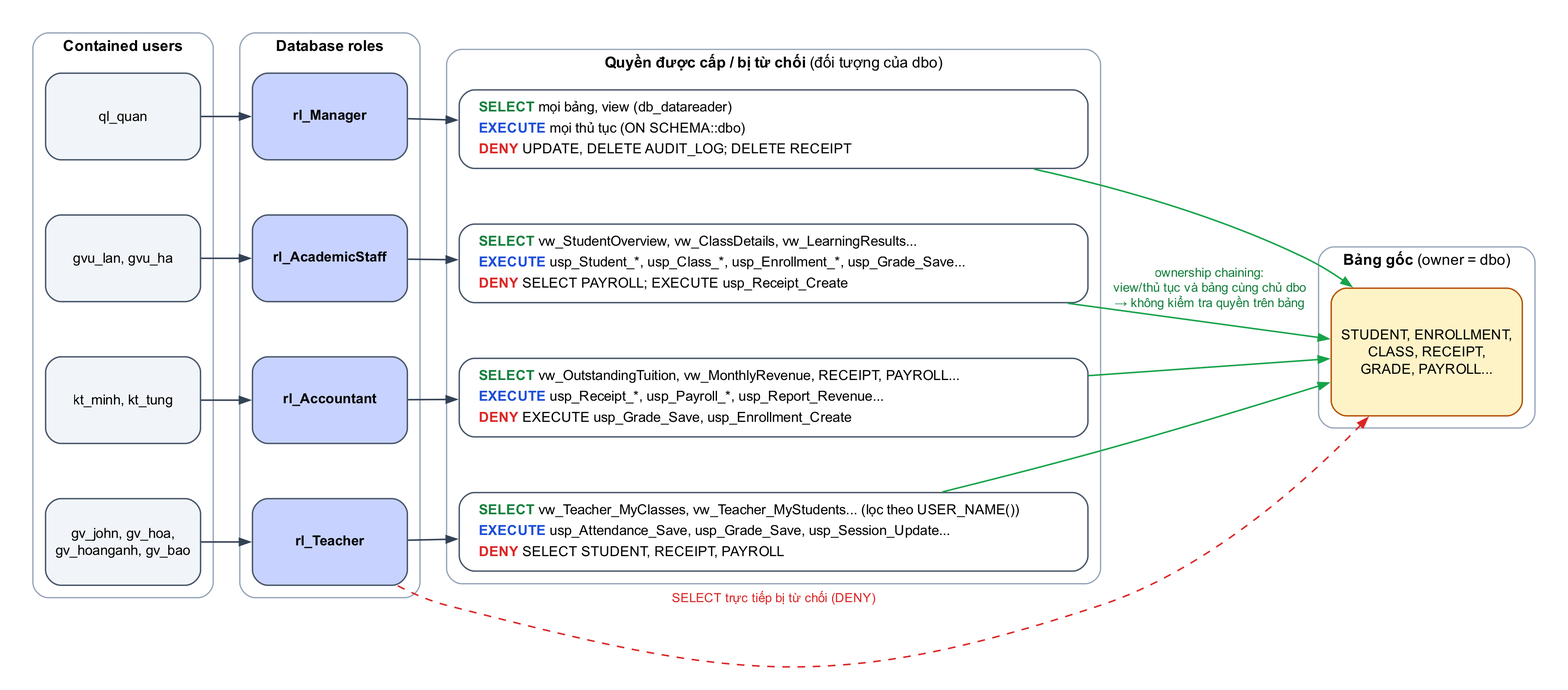
This is docs/report/images/diagrams/permissions.png from nhutruong-uit/imcp, a Graphviz export, as it was before one commit. Its source is kept beside it as docs/report/diagrams/permissions.dot.
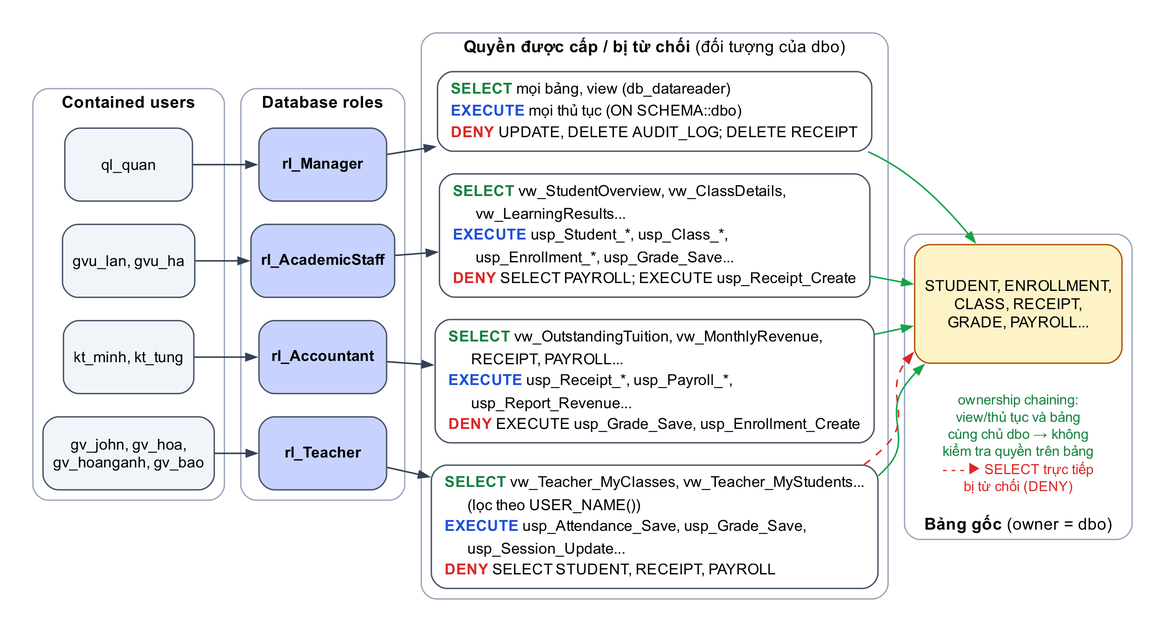
After the change.

Commit message:
docs(report): compact the ERDs and the permission diagram

What changed in the source:
```diff
@@ -1,44 +1,53 @@
 digraph SEC {
-  graph [rankdir=LR, fontname="Arial", dpi=220, pad=0.25, nodesep=0.3, ranksep=0.55, newrank=true];
-  node  [fontname="Arial", fontsize=11, shape=box, style="rounded,filled", color="#475569", penwidth=1.1];
-  edge  [color="#334155", fontname="Arial", fontsize=10, penwidth=1.2, arrowsize=0.8];
+  graph [rankdir=LR, fontname="Arial", dpi=220, pad=0.25, nodesep=0.25, ranksep=0.4, newrank=true];
+  node  [fontname="Arial", fontsize=12, shape=box, style="rounded,filled", color="#475569", penwidth=1.1];
+  edge  [color="#334155", fontname="Arial", fontsize=11, penwidth=1.2, arrowsize=0.8];
 
-  subgraph cluster_u { label=<<B>Contained users</B>>; fontsize=12; color="#94A3B8"; style=rounded; margin=10;
-    node [fillcolor="#F1F5F9", width=1.7, height=0.95];
+  subgraph cluster_u { label=<<B>Contained users</B>>; fontsize=13; color="#94A3B8"; style=rounded; margin=8;
+    node [fillcolor="#F1F5F9", width=1.4, height=0.8];
     u1 [label="ql_quan"]; u2 [label="gvu_lan, gvu_ha"]; u3 [label="kt_minh, kt_tung"]; u4 [label="gv_john, gv_hoa,\ngv_hoanganh, gv_bao"]; }
 
-  subgraph cluster_r { label=<<B>Database roles</B>>; fontsize=12; color="#94A3B8"; style=rounded; margin=10;
-    node [fillcolor="#C7D2FE", width=1.7, height=0.95];
+  subgraph cluster_r { label=<<B>Database roles</B>>; fontsize=13; color="#94A3B8"; style=rounded; margin=8;
+    node [fillcolor="#C7D2FE", width=1.4, height=0.8];
     r1 [label=<<B>rl_Manager</B>>]; r2 [label=<<B>rl_AcademicStaff</B>>]; r3 [label=<<B>rl_Accountant</B>>]; r4 [label=<<B>rl_Teacher</B>>]; }
 
-  subgraph cluster_g { label=<<B>Quyền được cấp / bị từ chối</B> (đối tượng của dbo)>; fontsize=12; color="#94A3B8"; style=rounded; margin=10;
-    node [fillcolor="#FFFFFF", shape=box, style="rounded,filled", margin="0.14,0.08", width=6.9];
-    g1 [label=<<TABLE BORDER="0" CELLSPACING="1" CELLPADDING="1" WIDTH="470">
+  subgraph cluster_g { label=<<B>Quyền được cấp / bị từ chối</B> (đối tượng của dbo)>; fontsize=13; color="#94A3B8"; style=rounded; margin=8;
+    node [fillcolor="#FFFFFF", shape=box, style="rounded,filled", margin="0.12,0.07", width=4.7];
+    g1 [label=<<TABLE BORDER="0" CELLSPACING="1" CELLPADDING="1">
       <TR><TD ALIGN="LEFT"><FONT COLOR="#15803D"><B>SELECT</B></FONT> mọi bảng, view (db_datareader)</TD></TR>
       <TR><TD ALIGN="LEFT"><FONT COLOR="#1D4ED8"><B>EXECUTE</B></FONT> mọi thủ tục (ON SCHEMA::dbo)</TD></TR>
       <TR><TD ALIGN="LEFT"><FONT COLOR="#DC2626"><B>DENY</B></FONT> UPDATE, DELETE AUDIT_LOG; DELETE RECEIPT</TD></TR></TABLE>>];
-    g2 [label=<<TABLE BORDER="0" CELLSPACING="1" CELLPADDING="1" WIDTH="470">
-      <TR><TD ALIGN="LEFT"><FONT COLOR="#15803D"><B>SELECT</B></FONT> vw_StudentOverview, vw_ClassDetails, vw_LearningResults...</TD></TR>
-      <TR><TD ALIGN="LEFT"><FONT COLOR="#1D4ED8"><B>EXECUTE</B></FONT> usp_Student_*, usp_Class_*, usp_Enrollment_*, usp_Grade_Save...</TD></TR>
+    g2 [label=<<TABLE BORDER="0" CELLSPACING="1" CELLPADDING="1">
+      <TR><TD ALIGN="LEFT"><FONT COLOR="#15803D"><B>SELECT</B></FONT> vw_StudentOverview, vw_ClassDetails,</TD></TR>
+      <TR><TD ALIGN="LEFT">      vw_LearningResults...</TD></TR>
+      <TR><TD ALIGN="LEFT"><FONT COLOR="#1D4ED8"><B>EXECUTE</B></FONT> usp_Student_*, usp_Class_*,</TD></TR>
+      <TR><TD ALIGN="LEFT">      usp_Enrollment_*, usp_Grade_Save...</TD></TR>
       <TR><TD ALIGN="LEFT"><FONT COLOR="#DC2626"><B>DENY</B></FONT> SELECT PAYROLL; EXECUTE usp_Receipt_Create</TD></TR></TABLE>>];
-    g3 [label=<<TABLE BORDER="0" CELLSPACING="1" CELLPADDING="1" WIDTH="470">
-      <TR><TD ALIGN="LEFT"><FONT COLOR="#15803D"><B>SELECT</B></FONT> vw_OutstandingTuition, vw_MonthlyRevenue, RECEIPT, PAYROLL...</TD></TR>
-      <TR><TD ALIGN="LEFT"><FONT COLOR="#1D4ED8"><B>EXECUTE</B></FONT> usp_Receipt_*, usp_Payroll_*, usp_Report_Revenue...</TD></TR>
+    g3 [label=<<TABLE BORDER="0" CELLSPACING="1" CELLPADDING="1">
+      <TR><TD ALIGN="LEFT"><FONT COLOR="#15803D"><B>SELECT</B></FONT> vw_OutstandingTuition, vw_MonthlyRevenue,</TD></TR>
+      <TR><TD ALIGN="LEFT">      RECEIPT, PAYROLL...</TD></TR>
+      <TR><TD ALIGN="LEFT"><FONT COLOR="#1D4ED8"><B>EXECUTE</B></FONT> usp_Receipt_*, usp_Payroll_*,</TD></TR>
+      <TR><TD ALIGN="LEFT">      usp_Report_Revenue...</TD></TR>
       <TR><TD ALIGN="LEFT"><FONT COLOR="#DC2626"><B>DENY</B></FONT> EXECUTE usp_Grade_Save, usp_Enrollment_Create</TD></TR></TABLE>>];
-    g4 [label=<<TABLE BORDER="0" CELLSPACING="1" CELLPADDING="1" WIDTH="470">
-      <TR><TD ALIGN="LEFT"><FONT COLOR="#15803D"><B>SELECT</B></FONT> vw_Teacher_MyClasses, vw_Teacher_MyStudents... (lọc theo USER_NAME())</TD></TR>
-      <TR><TD ALIGN="LEFT"><FONT COLOR="#1D4ED8"><B>EXECUTE</B></FONT> usp_Attendance_Save, usp_Grade_Save, usp_Session_Update...</TD></TR>
+    g4 [label=<<TABLE BORDER="0" CELLSPACING="1" CELLPADDING="1">
+      <TR><TD ALIGN="LEFT"><FONT COLOR="#15803D"><B>SELECT</B></FONT> vw_Teacher_MyClasses, vw_Teacher_MyStudents...</TD></TR>
+      <TR><TD ALIGN="LEFT">      (lọc theo USER_NAME())</TD></TR>
+      <TR><TD ALIGN="LEFT"><FONT COLOR="#1D4ED8"><B>EXECUTE</B></FONT> usp_Attendance_Save, usp_Grade_Save,</TD></TR>
+      <TR><TD ALIGN="LEFT">      usp_Session_Update...</TD></TR>
       <TR><TD ALIGN="LEFT"><FONT COLOR="#DC2626"><B>DENY</B></FONT> SELECT STUDENT, RECEIPT, PAYROLL</TD></TR></TABLE>>]; }
 
-  subgraph cluster_t { label=<<B>Bảng gốc</B> (owner = dbo)>; fontsize=12; color="#94A3B8"; style=rounded; margin=10;
-    t1 [label="STUDENT, ENROLLMENT,\nCLASS, RECEIPT,\nGRADE, PAYROLL...", fillcolor="#FEF3C7", color="#B45309", width=1.9, height=1.4]; }
+  subgraph cluster_t { label=<<B>Bảng gốc</B> (owner = dbo)>; labelloc=b; fontsize=13; color="#94A3B8"; style=rounded; margin=8;
+    t1 [label="STUDENT, ENROLLMENT,\nCLASS, RECEIPT,\nGRADE, PAYROLL...", fillcolor="#FEF3C7", color="#B45309", width=1.7, height=1.3];
+    note [shape=plaintext, style="", fontsize=11, width=1.9,
+          label=<<FONT COLOR="#15803D">ownership chaining:<BR/>view/thủ tục và bảng<BR/>cùng chủ dbo → không<BR/>kiểm tra quyền trên bảng</FONT><BR/><BR/><FONT COLOR="#DC2626">- - - ▶ SELECT trực tiếp<BR/>bị từ chối (DENY)</FONT>>]; }
 
   { rank=same; u4 -> u3 -> u2 -> u1 [style=invis]; }
   { rank=same; r4 -> r3 -> r2 -> r1 [style=invis]; }
   { rank=same; g4 -> g3 -> g2 -> g1 [style=invis]; }
+  { rank=same; note -> t1 [style=invis]; }
   u1 -> r1; u2 -> r2; u3 -> r3; u4 -> r4;
   r1 -> g1; r2 -> g2; r3 -> g3; r4 -> g4;
   edge [color="#16A34A", fontcolor="#15803D"];
-  g1 -> t1; g2 -> t1 [label="ownership chaining:\nview/thủ tục và bảng cùng chủ dbo\n→ không kiểm tra quyền trên bảng"]; g3 -> t1; g4 -> t1;
-  r4 -> t1 [label="SELECT trực tiếp bị từ chối (DENY)", color="#DC2626", fontcolor="#DC2626", style=dashed, constraint=false];
+  g1 -> t1; g2 -> t1; g3 -> t1; g4 -> t1;
+  g4 -> t1 [color="#DC2626", style=dashed, constraint=false];
 }
```
